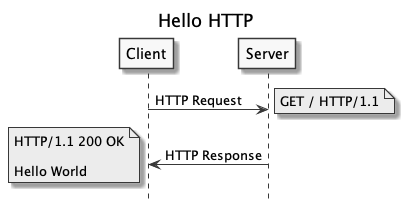
This is classnotes/07/assets/hello-http.png from ifpb/lp2, a PlantUML export, as it was before one commit.
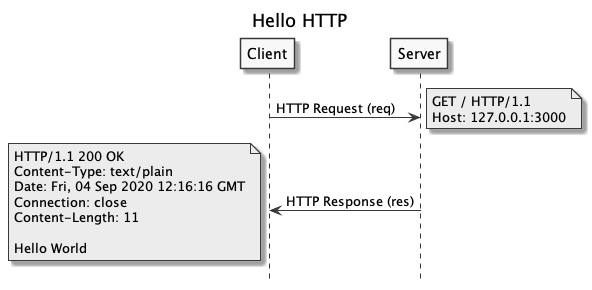
After the commit.

The edit, as a diff of the source:
```diff
@@ -3,8 +3,8 @@
 hide footbox
 skinparam monochrome true
 
-Client -> Server: HTTP Request
-note right: GET / HTTP/1.1
-Server -> Client: HTTP Response
-note left: HTTP/1.1 200 OK\n\nHello World
+Client -> Server: HTTP Request (req)
+note right: GET / HTTP/1.1\nHost: 127.0.0.1:3000
+Server -> Client: HTTP Response (res)
+note left: HTTP/1.1 200 OK\nContent-Type: text/plain\nDate: Fri, 04 Sep 2020 12:16:16 GMT\nConnection: close\nContent-Length: 11\n\nHello World
 @enduml
```
